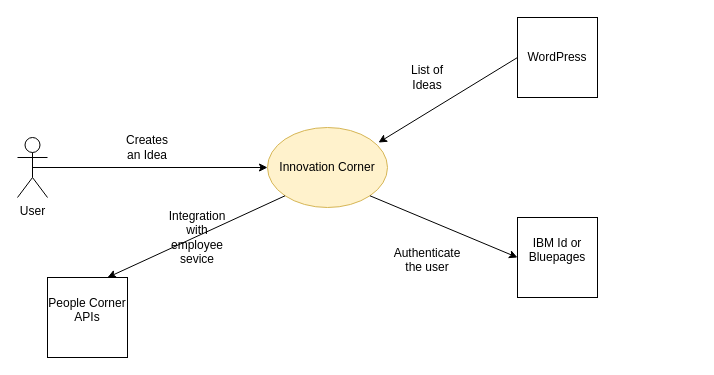
Above: System Context.drawio in bhagyaravi/knative-ocp-3.11 (draw.io), before the change. Source tidied: cells renumbered, new cells numbered last; positions are measured from the earlier drawing's top-left corner, leaving out a move shared by most shapes. Both pictures are drawn from the tidied source at 100%, with x=0, y=0 at pixel (17, 17).
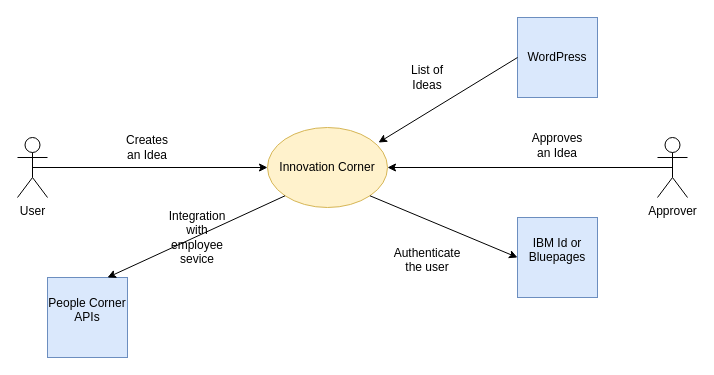
After the change.

The edit, as a diff of the source:
```diff
@@
 <mxGraphModel>
   <root>
     <mxCell id="0" />
     <mxCell id="1" parent="0" />
     <mxCell id="2" value="Innovation Corner" style="ellipse;whiteSpace=wrap;html=1;fillColor=#fff2cc;strokeColor=#d6b656;" parent="1" vertex="1">
       <mxGeometry x="250" y="110" width="120" height="80" as="geometry" />
     </mxCell>
     <mxCell id="3" value="User" style="shape=umlActor;verticalLabelPosition=bottom;verticalAlign=top;html=1;outlineConnect=0;" parent="1" vertex="1">
       <mxGeometry y="120" width="30" height="60" as="geometry" />
     </mxCell>
     <mxCell id="4" style="endArrow=classic;html=1;exitX=0.5;exitY=0.5;exitDx=0;exitDy=0;exitPerimeter=0;entryX=0;entryY=0.5;entryDx=0;entryDy=0;" parent="1" edge="1" source="3" target="2">
       <mxGeometry relative="1" as="geometry" />
     </mxCell>
     <mxCell id="5" value="Creates an Idea" style="text;html=1;strokeColor=none;fillColor=none;align=center;verticalAlign=middle;whiteSpace=wrap;rounded=0;" parent="1" vertex="1">
       <mxGeometry x="110" y="120" width="40" height="20" as="geometry" />
     </mxCell>
-    <mxCell id="6" value="WordPress" style="whiteSpace=wrap;html=1;" parent="1" vertex="1">
+    <mxCell id="6" value="WordPress" style="whiteSpace=wrap;html=1;fillColor=#dae8fc;strokeColor=#6c8ebf;" parent="1" vertex="1">
       <mxGeometry x="500" width="80" height="80" as="geometry" />
     </mxCell>
     <mxCell id="7" style="endArrow=classic;html=1;exitX=0;exitY=0.5;exitDx=0;exitDy=0;entryX=0.925;entryY=0.188;entryDx=0;entryDy=0;entryPerimeter=0;" parent="1" edge="1" source="6" target="2">
       <mxGeometry relative="1" as="geometry" />
     </mxCell>
     <mxCell id="8" value="List of Ideas" style="text;html=1;strokeColor=none;fillColor=none;align=center;verticalAlign=middle;whiteSpace=wrap;rounded=0;" parent="1" vertex="1">
       <mxGeometry x="390" y="50" width="40" height="20" as="geometry" />
     </mxCell>
-    <mxCell id="9" value="&lt;div&gt;IBM Id or Bluepages &lt;br&gt;&lt;/div&gt;&lt;div&gt;&lt;br&gt;&lt;/div&gt;" style="whiteSpace=wrap;html=1;" parent="1" vertex="1">
+    <mxCell id="9" value="&lt;div&gt;IBM Id or Bluepages &lt;br&gt;&lt;/div&gt;&lt;div&gt;&lt;br&gt;&lt;/div&gt;" style="whiteSpace=wrap;html=1;fillColor=#dae8fc;strokeColor=#6c8ebf;" parent="1" vertex="1">
       <mxGeometry x="500" y="200" width="80" height="80" as="geometry" />
     </mxCell>
     <mxCell id="10" style="endArrow=classic;html=1;exitX=1;exitY=1;exitDx=0;exitDy=0;entryX=0;entryY=0.5;entryDx=0;entryDy=0;" parent="1" edge="1" source="2" target="9">
       <mxGeometry relative="1" as="geometry" />
     </mxCell>
     <mxCell id="11" value="&lt;div&gt;Authenticate the user&lt;/div&gt;&lt;div&gt;&lt;br&gt;&lt;/div&gt;" style="text;html=1;strokeColor=none;fillColor=none;align=center;verticalAlign=middle;whiteSpace=wrap;rounded=0;" parent="1" vertex="1">
       <mxGeometry x="390" y="240" width="40" height="20" as="geometry" />
     </mxCell>
-    <mxCell id="12" value="&lt;div&gt;People Corner APIs&lt;br&gt;&lt;/div&gt;&lt;div&gt;&lt;br&gt;&lt;/div&gt;" style="whiteSpace=wrap;html=1;" parent="1" vertex="1">
+    <mxCell id="12" value="&lt;div&gt;People Corner APIs&lt;br&gt;&lt;/div&gt;&lt;div&gt;&lt;br&gt;&lt;/div&gt;" style="whiteSpace=wrap;html=1;fillColor=#dae8fc;strokeColor=#6c8ebf;" parent="1" vertex="1">
       <mxGeometry x="30" y="260" width="80" height="80" as="geometry" />
     </mxCell>
     <mxCell id="13" style="endArrow=classic;html=1;entryX=0.75;entryY=0;entryDx=0;entryDy=0;exitX=0;exitY=1;exitDx=0;exitDy=0;" parent="1" edge="1" source="2" target="12">
       <mxGeometry relative="1" as="geometry" />
     </mxCell>
     <mxCell id="14" value="Integration with employee sevice" style="text;html=1;strokeColor=none;fillColor=none;align=center;verticalAlign=middle;whiteSpace=wrap;rounded=0;" parent="1" vertex="1">
       <mxGeometry x="160" y="210" width="40" height="20" as="geometry" />
     </mxCell>
+    <mxCell id="15" value="Approver" style="shape=umlActor;verticalLabelPosition=bottom;verticalAlign=top;html=1;outlineConnect=0;" parent="1" vertex="1">
+      <mxGeometry x="640" y="120" width="30" height="60" as="geometry" />
+    </mxCell>
+    <mxCell id="16" style="endArrow=classic;html=1;exitX=0.5;exitY=0.5;exitDx=0;exitDy=0;exitPerimeter=0;entryX=1;entryY=0.5;entryDx=0;entryDy=0;" parent="1" edge="1" source="15" target="2">
+      <mxGeometry relative="1" as="geometry" />
+    </mxCell>
+    <mxCell id="17" value="Approves an Idea" style="text;html=1;strokeColor=none;fillColor=none;align=center;verticalAlign=middle;whiteSpace=wrap;rounded=0;" parent="1" vertex="1">
+      <mxGeometry x="520" y="118" width="40" height="20" as="geometry" />
+    </mxCell>
   </root>
 </mxGraphModel>
```
